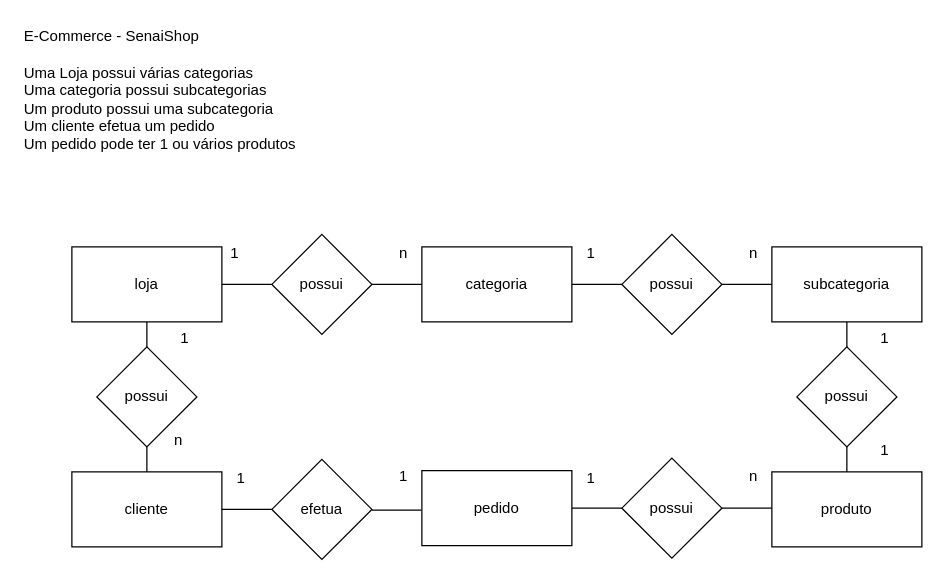
Above: page "1.5" (6 of 7) of exercicios/1.1/1.1-exercicio-pessoas.drawio in kauameloo/senai-2semestre (draw.io), before the change. Source tidied: cells renumbered, new cells numbered last; positions are measured from the earlier drawing's top-left corner, leaving out a move shared by most shapes. Both pictures are drawn from the tidied source at 125%, with x=0, y=0 at pixel (21, 21).
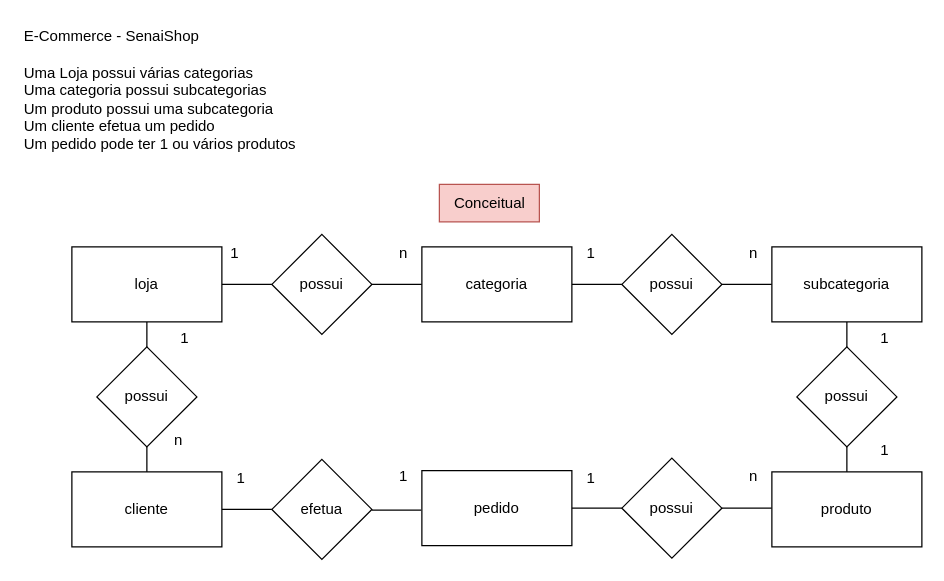
Above is the later version.

Change to the diagram source:
```diff
@@
+    <mxCell id="39" value="Conceitual" style="text;html=1;align=center;verticalAlign=middle;strokeColor=#b85450;fillColor=#f8cecc;" parent="1" vertex="1">
+      <mxGeometry x="334" y="130" width="80" height="30" as="geometry" />
+    </mxCell>
```
